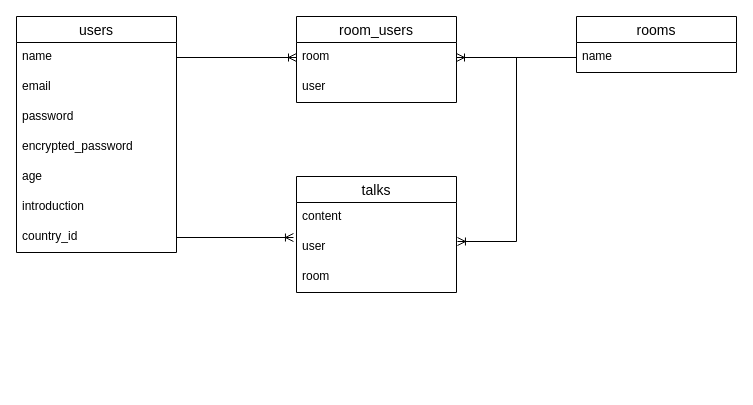
The draw.io diagram test.dio in horitomoyuki/travelers, before the edit. Source tidied: cells renumbered, new cells numbered last; positions are measured from the earlier drawing's top-left corner, leaving out a move shared by most shapes. Both pictures are drawn from the tidied source at 100%, with x=0, y=0 at pixel (16, 16).
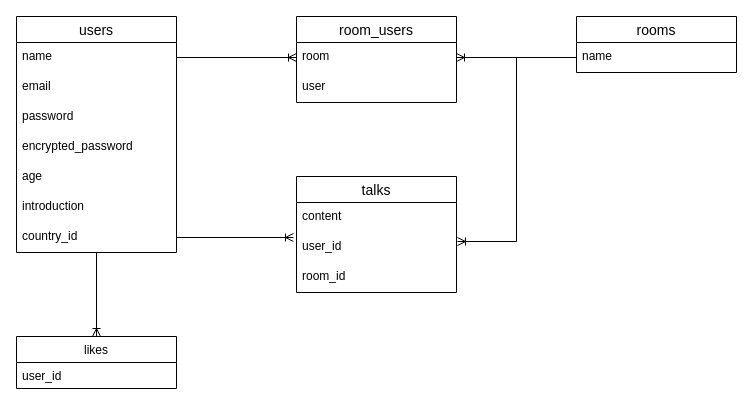
The same page after the edit.

The change refers to these unchanged cells:
```xml
<mxCell id="2" value="users" style="swimlane;fontStyle=0;horizontal=1;startSize=26;align=center;fontSize=14;" parent="1" vertex="1">
  <mxGeometry width="160" height="236" as="geometry" />
</mxCell>
<mxCell id="15" value="talks" style="swimlane;fontStyle=0;horizontal=1;startSize=26;align=center;fontSize=14;" parent="1" vertex="1">
  <mxGeometry x="280" y="160" width="160" height="116" as="geometry" />
</mxCell>
```

The edit, as a diff of the source:
```diff
@@
+    <mxCell id="23" style="edgeStyle=orthogonalEdgeStyle;rounded=0;jettySize=auto;html=1;endArrow=ERoneToMany;endFill=0;entryX=0.5;entryY=0;entryDx=0;entryDy=0;" parent="1" edge="1" source="2" target="24">
+      <mxGeometry relative="1" as="geometry" />
+    </mxCell>
@@
-    <mxCell id="17" value="user" style="text;strokeColor=none;fillColor=none;spacingLeft=4;spacingRight=4;overflow=hidden;points=[[0,0.5],[1,0.5]];portConstraint=eastwest;fontSize=12;" parent="15" vertex="1">
+    <mxCell id="17" value="user_id" style="text;strokeColor=none;fillColor=none;spacingLeft=4;spacingRight=4;overflow=hidden;points=[[0,0.5],[1,0.5]];portConstraint=eastwest;fontSize=12;" parent="15" vertex="1">
       <mxGeometry y="56" width="160" height="30" as="geometry" />
     </mxCell>
-    <mxCell id="18" value="room" style="text;strokeColor=none;fillColor=none;spacingLeft=4;spacingRight=4;overflow=hidden;fontSize=12;" parent="15" vertex="1">
+    <mxCell id="18" value="room_id" style="text;strokeColor=none;fillColor=none;spacingLeft=4;spacingRight=4;overflow=hidden;fontSize=12;" parent="15" vertex="1">
       <mxGeometry y="86" width="160" height="30" as="geometry" />
     </mxCell>
@@
+    <mxCell id="24" value="likes" style="swimlane;fontStyle=0;horizontal=1;startSize=26;fillColor=none;" parent="1" vertex="1">
+      <mxGeometry y="320" width="160" height="52" as="geometry" />
+    </mxCell>
+    <mxCell id="25" value="user_id" style="text;strokeColor=none;fillColor=none;align=left;verticalAlign=top;spacingLeft=4;spacingRight=4;overflow=hidden;" parent="24" vertex="1">
+      <mxGeometry y="26" width="160" height="26" as="geometry" />
+    </mxCell>
```
